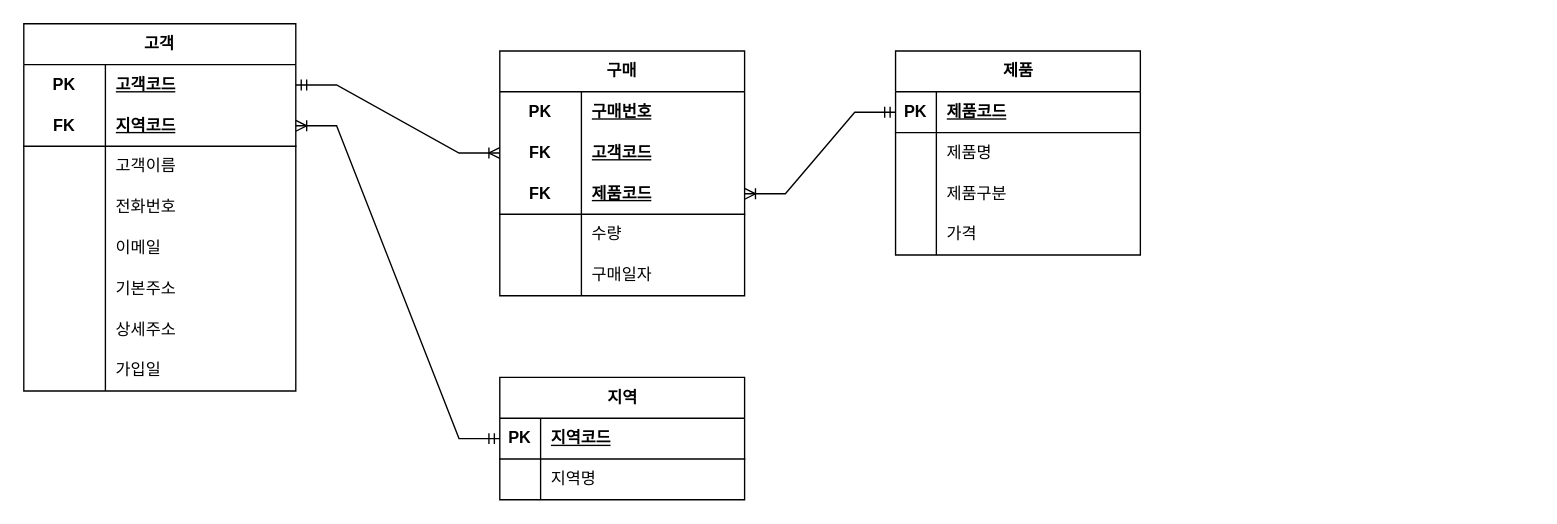
The draw.io diagram page "페이지-3" (3 of 5) of 제목 없는 다이어그램.drawio in bitcocom/erd, before the edit. Source tidied: cells renumbered, new cells numbered last; positions are measured from the earlier drawing's top-left corner, leaving out a move shared by most shapes. Both pictures are drawn from the tidied source at 136%, with x=0, y=0 at pixel (23, 23).
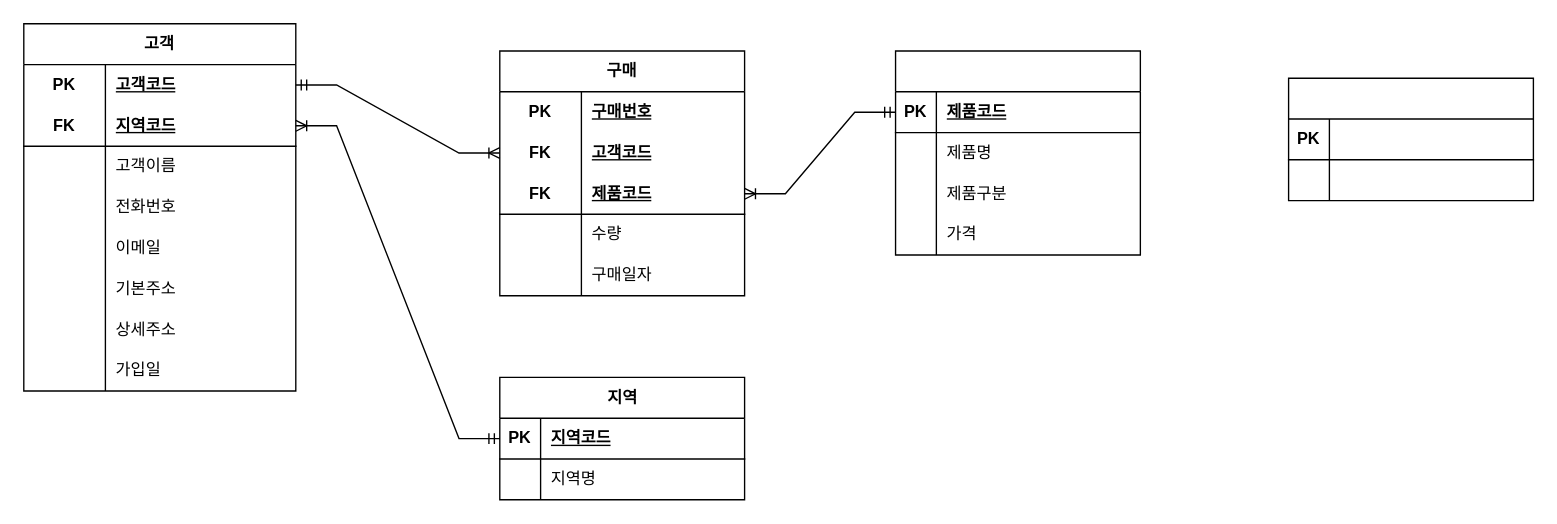
The same diagram, later.

Commit message:
제목 없는 다이어그램.drawio 업데이트

Change to the diagram source:
```diff
@@
-    <mxCell id="2" value="제품" style="shape=table;startSize=30;childLayout=tableLayout;rowLines=0;fontStyle=1;align=center;html=1;" parent="1" vertex="1">
+    <mxCell id="2" style="shape=table;startSize=30;childLayout=tableLayout;rowLines=0;fontStyle=1;align=center;html=1;" parent="1" vertex="1">
       <mxGeometry x="641" y="20" width="180" height="150" as="geometry" />
     </mxCell>
@@
+    <mxCell id="66" style="shape=table;startSize=30;childLayout=tableLayout;rowLines=0;fontStyle=1;align=center;html=1;" parent="1" vertex="1">
+      <mxGeometry x="930" y="40" width="180" height="90" as="geometry" />
+    </mxCell>
+    <mxCell id="67" style="shape=tableRow;horizontal=0;startSize=0;swimlaneHead=0;swimlaneBody=0;fillColor=none;top=0;left=0;right=0;bottom=1;" parent="66" vertex="1">
+      <mxGeometry y="30" width="180" height="30" as="geometry" />
+    </mxCell>
+    <mxCell id="68" value="PK" style="shape=partialRectangle;fillColor=none;top=0;left=0;bottom=0;right=0;fontStyle=1;overflow=hidden;whiteSpace=wrap;html=1;" parent="67" vertex="1">
+      <mxGeometry width="30" height="30" as="geometry" />
+    </mxCell>
+    <mxCell id="69" style="shape=partialRectangle;fillColor=none;top=0;left=0;bottom=0;right=0;align=left;spacingLeft=6;fontStyle=5;overflow=hidden;whiteSpace=wrap;html=1;" parent="67" vertex="1">
+      <mxGeometry x="30" width="150" height="30" as="geometry" />
+    </mxCell>
+    <mxCell id="70" style="shape=tableRow;horizontal=0;startSize=0;swimlaneHead=0;swimlaneBody=0;fillColor=none;top=0;left=0;right=0;bottom=0;" parent="66" vertex="1">
+      <mxGeometry y="60" width="180" height="30" as="geometry" />
+    </mxCell>
+    <mxCell id="71" style="shape=partialRectangle;fillColor=none;top=0;left=0;bottom=0;right=0;overflow=hidden;whiteSpace=wrap;html=1;" parent="70" vertex="1">
+      <mxGeometry width="30" height="30" as="geometry" />
+    </mxCell>
+    <mxCell id="72" style="shape=partialRectangle;fillColor=none;top=0;left=0;bottom=0;right=0;align=left;spacingLeft=6;overflow=hidden;whiteSpace=wrap;html=1;" parent="70" vertex="1">
+      <mxGeometry x="30" width="150" height="30" as="geometry" />
+    </mxCell>
```
